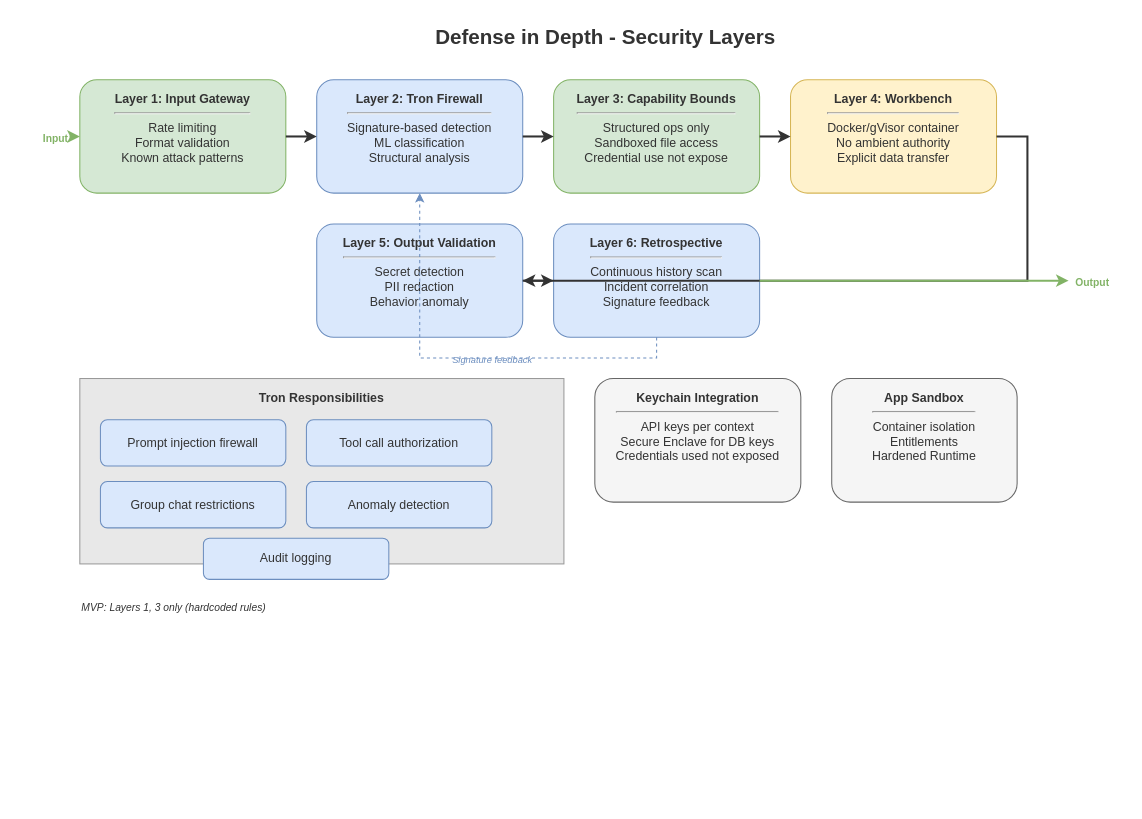
Above: page "Security Layers" (6 of 12) of docs/diagrams/emberhearth-architecture.drawio in tokenfires/emberhearth (draw.io), before the change. Source tidied: cells renumbered, new cells numbered last; positions are measured from the earlier drawing's top-left corner, leaving out a move shared by most shapes. Both pictures are drawn from the tidied source at 103%, with x=0, y=0 at pixel (18, 18).
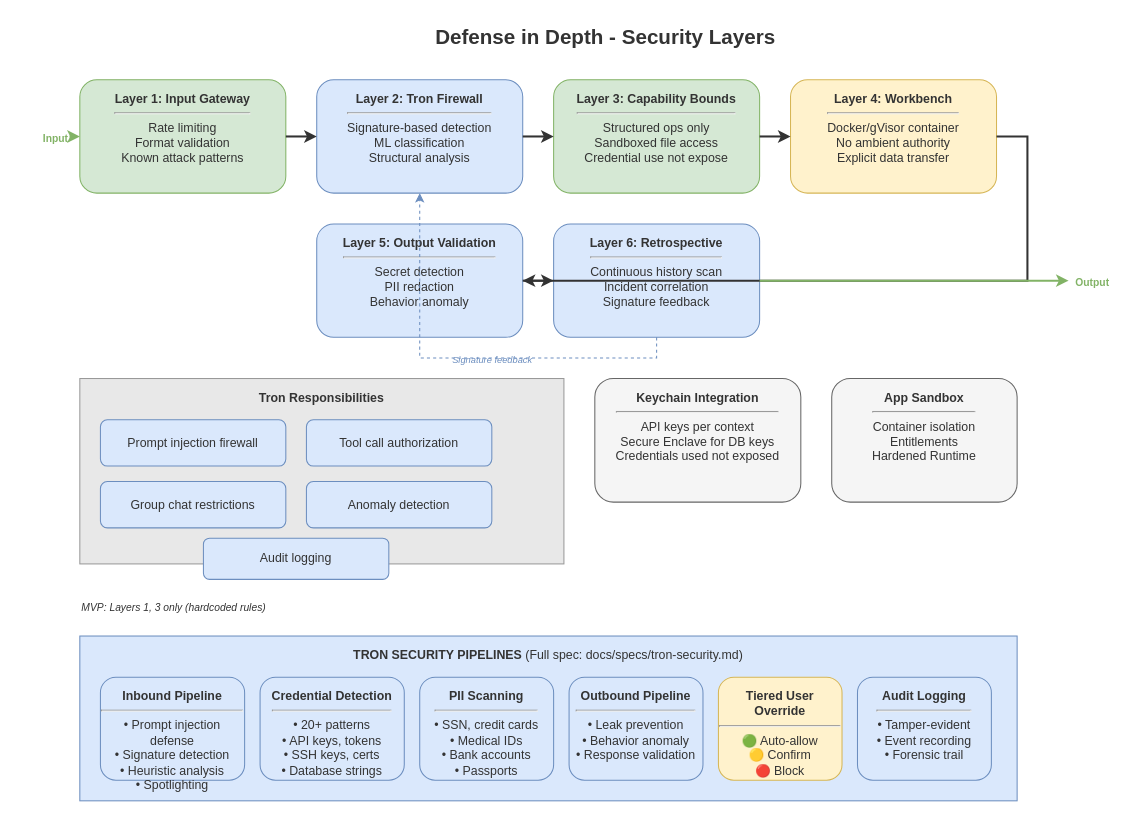
The same page after the edit.

Commit message (it also covers changes not shown here):
diagrams: Add multi-agent pages, update existing pages with new specs

Diff of the diagram source:
```diff
@@
+    <mxCell id="29" value="&lt;b&gt;TRON SECURITY PIPELINES&lt;/b&gt;  (Full spec: docs/specs/tron-security.md)" style="rounded=0;whiteSpace=wrap;html=1;fillColor=#DAE8FC;strokeColor=#6C8EBF;verticalAlign=top;spacingTop=5;fontColor=#333333;" parent="1" vertex="1">
+      <mxGeometry x="60" y="600" width="910" height="160" as="geometry" />
+    </mxCell>
+    <mxCell id="30" value="&lt;b&gt;Inbound Pipeline&lt;/b&gt;&lt;hr&gt;• Prompt injection defense&lt;br&gt;• Signature detection&lt;br&gt;• Heuristic analysis&lt;br&gt;• Spotlighting" style="rounded=1;whiteSpace=wrap;html=1;fillColor=#DAE8FC;strokeColor=#6C8EBF;verticalAlign=top;spacingTop=5;fontColor=#333333;" parent="1" vertex="1">
+      <mxGeometry x="80" y="640" width="140" height="100" as="geometry" />
+    </mxCell>
+    <mxCell id="31" value="&lt;b&gt;Credential Detection&lt;/b&gt;&lt;hr&gt;• 20+ patterns&lt;br&gt;• API keys, tokens&lt;br&gt;• SSH keys, certs&lt;br&gt;• Database strings" style="rounded=1;whiteSpace=wrap;html=1;fillColor=#DAE8FC;strokeColor=#6C8EBF;verticalAlign=top;spacingTop=5;fontColor=#333333;" parent="1" vertex="1">
+      <mxGeometry x="235" y="640" width="140" height="100" as="geometry" />
+    </mxCell>
+    <mxCell id="32" value="&lt;b&gt;PII Scanning&lt;/b&gt;&lt;hr&gt;• SSN, credit cards&lt;br&gt;• Medical IDs&lt;br&gt;• Bank accounts&lt;br&gt;• Passports" style="rounded=1;whiteSpace=wrap;html=1;fillColor=#DAE8FC;strokeColor=#6C8EBF;verticalAlign=top;spacingTop=5;fontColor=#333333;" parent="1" vertex="1">
+      <mxGeometry x="390" y="640" width="130" height="100" as="geometry" />
+    </mxCell>
+    <mxCell id="33" value="&lt;b&gt;Outbound Pipeline&lt;/b&gt;&lt;hr&gt;• Leak prevention&lt;br&gt;• Behavior anomaly&lt;br&gt;• Response validation" style="rounded=1;whiteSpace=wrap;html=1;fillColor=#DAE8FC;strokeColor=#6C8EBF;verticalAlign=top;spacingTop=5;fontColor=#333333;" parent="1" vertex="1">
+      <mxGeometry x="535" y="640" width="130" height="100" as="geometry" />
+    </mxCell>
+    <mxCell id="34" value="&lt;b&gt;Tiered User Override&lt;/b&gt;&lt;hr&gt;🟢 Auto-allow&lt;br&gt;🟡 Confirm&lt;br&gt;🔴 Block" style="rounded=1;whiteSpace=wrap;html=1;fillColor=#FFF2CC;strokeColor=#D6B656;verticalAlign=top;spacingTop=5;fontColor=#333333;" parent="1" vertex="1">
+      <mxGeometry x="680" y="640" width="120" height="100" as="geometry" />
+    </mxCell>
+    <mxCell id="35" value="&lt;b&gt;Audit Logging&lt;/b&gt;&lt;hr&gt;• Tamper-evident&lt;br&gt;• Event recording&lt;br&gt;• Forensic trail" style="rounded=1;whiteSpace=wrap;html=1;fillColor=#DAE8FC;strokeColor=#6C8EBF;verticalAlign=top;spacingTop=5;fontColor=#333333;" parent="1" vertex="1">
+      <mxGeometry x="815" y="640" width="130" height="100" as="geometry" />
+    </mxCell>
```
